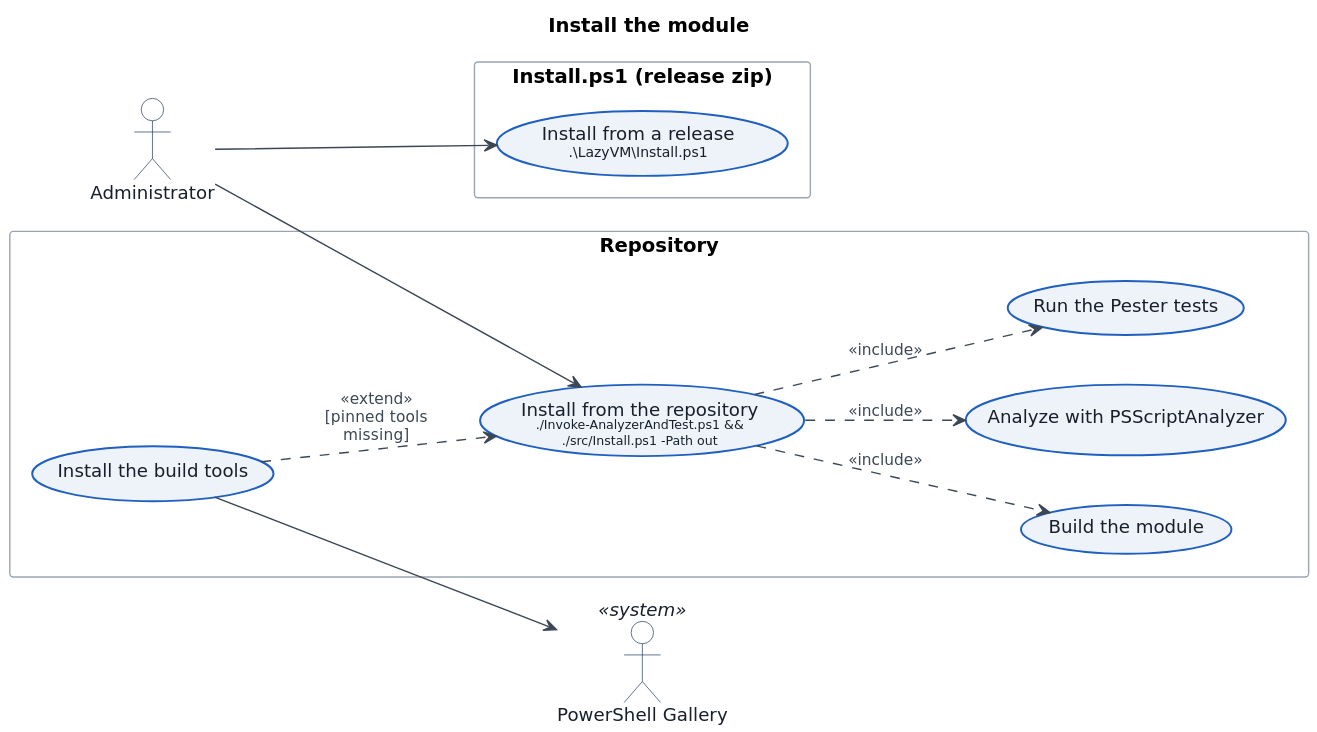
Earlier version of the PlantUML export docs/use-cases/09-install.svg (downerboy/LazyVM).
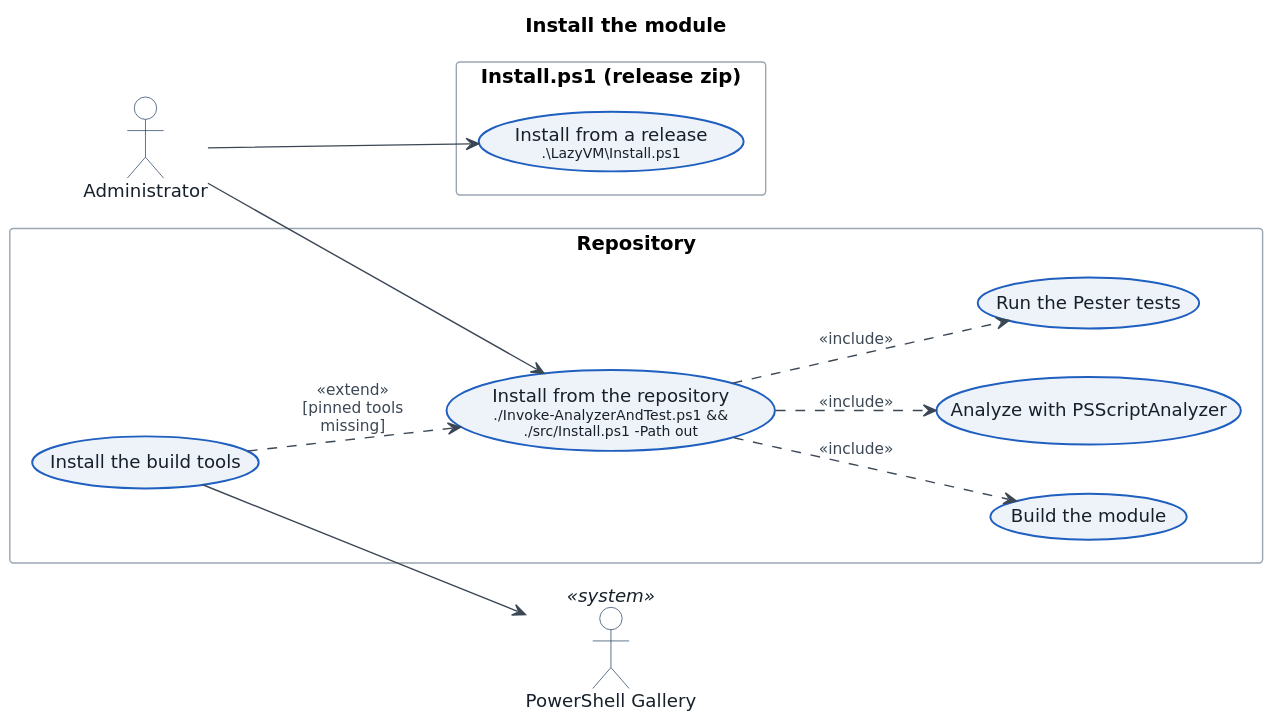
Above is the later version.

The edit, as a diff of the source:
```diff
@@ -4,8 +4,8 @@
 
 actor "Administrator" as Admin
 
-rectangle "build.ps1 (repository)" {
-  usecase "Install from the repository\n<size:10>./build.ps1 -Task Install</size>" as RepoInstall
+rectangle "Repository" {
+  usecase "Install from the repository\n<size:10>./Invoke-AnalyzerAndTest.ps1 &&</size>\n<size:10>./src/Install.ps1 -Path out</size>" as RepoInstall
   usecase "Build the module" as Build
   usecase "Analyze with PSScriptAnalyzer" as Analyze
   usecase "Run the Pester tests" as Test
@@ -22,6 +22,6 @@
 RepoInstall ..> Build : <<include>>
 RepoInstall ..> Analyze : <<include>>
 RepoInstall ..> Test : <<include>>
-Tools ..> RepoInstall : <<extend>>\n[-Bootstrap and\ntools missing]
+Tools ..> RepoInstall : <<extend>>\n[pinned tools\nmissing]
 Tools --> Gallery
 @enduml
```
